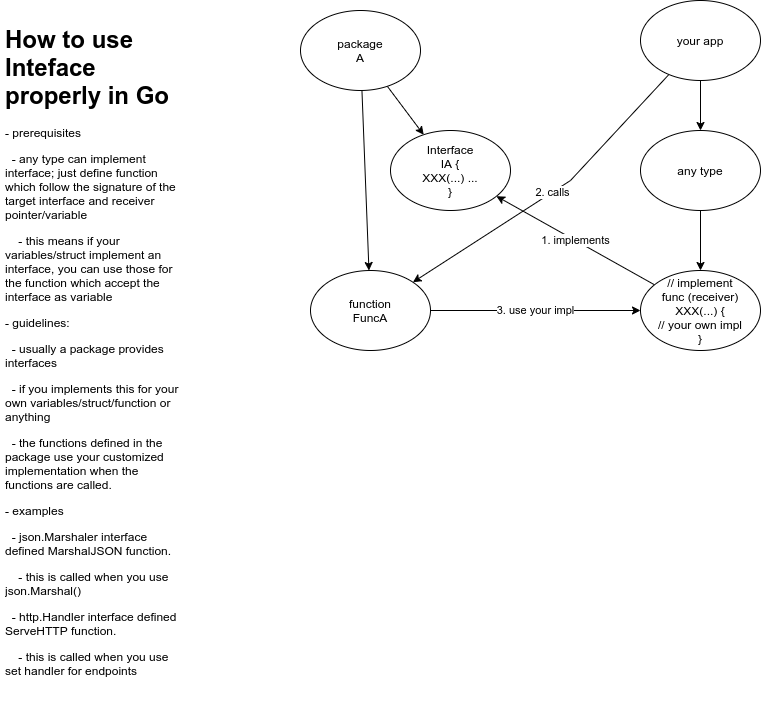
The draw.io diagram Interface_Overview.PNG in stsiwo/go_concepts, before a commit. Source tidied: cells renumbered, new cells last; positions are measured from the earlier drawing's top-left corner, leaving out a move shared by most shapes.
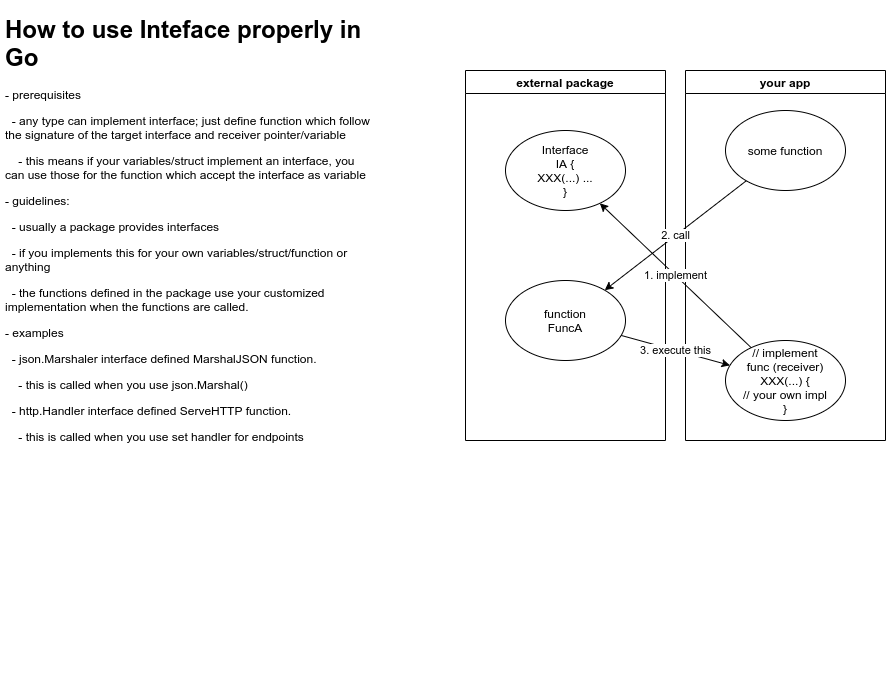
Above is the later version.

What changed in the source:
```diff
@@ -3,50 +3,34 @@
     <mxCell id="0" />
     <mxCell id="1" parent="0" />
     <mxCell id="2" value="&lt;h1&gt;How to use Inteface properly in Go&lt;/h1&gt;&lt;p&gt;- prerequisites&lt;/p&gt;&lt;p&gt;&amp;nbsp; - any type can implement interface; just define function which follow the signature of the target interface and receiver pointer/variable&lt;/p&gt;&lt;p&gt;&amp;nbsp; &amp;nbsp; - this means if your variables/struct implement an interface, you can use those for the function which accept the interface as variable&lt;/p&gt;&lt;p&gt;- guidelines:&lt;/p&gt;&lt;p&gt;&amp;nbsp; - usually a package provides interfaces&lt;/p&gt;&lt;p&gt;&amp;nbsp; - if you implements this for your own variables/struct/function or anything&lt;/p&gt;&lt;p&gt;&amp;nbsp; - the functions defined in the package use your customized implementation when the functions are called.&lt;/p&gt;&lt;p&gt;- examples&lt;/p&gt;&lt;p&gt;&amp;nbsp; - json.Marshaler interface defined MarshalJSON function.&amp;nbsp;&lt;/p&gt;&lt;p&gt;&amp;nbsp; &amp;nbsp; - this is called when you use json.Marshal()&lt;/p&gt;&lt;p&gt;&amp;nbsp; - http.Handler interface defined ServeHTTP function.&lt;/p&gt;&lt;p&gt;&amp;nbsp; &amp;nbsp; - this is called when you use set handler for endpoints&lt;/p&gt;&lt;p&gt;&lt;br&gt;&lt;/p&gt;&lt;p&gt;&lt;br&gt;&lt;/p&gt;" style="text;html=1;strokeColor=none;fillColor=none;spacing=5;spacingTop=-20;whiteSpace=wrap;overflow=hidden;rounded=0;" parent="1" vertex="1">
-      <mxGeometry y="20" width="190" height="680" as="geometry" />
+      <mxGeometry x="-190" y="20" width="380" height="680" as="geometry" />
     </mxCell>
-    <mxCell id="3" style="rounded=0;jettySize=auto;html=1;" parent="1" edge="1" source="5" target="8">
-      <mxGeometry relative="1" as="geometry" />
-    </mxCell>
-    <mxCell id="4" style="edgeStyle=none;rounded=0;jettySize=auto;html=1;" parent="1" edge="1" source="5" target="7">
-      <mxGeometry relative="1" as="geometry" />
-    </mxCell>
-    <mxCell id="5" value="package&lt;br&gt;A" style="ellipse;whiteSpace=wrap;html=1;" parent="1" vertex="1">
-      <mxGeometry x="300" y="10" width="120" height="80" as="geometry" />
-    </mxCell>
-    <mxCell id="6" value="3. use your impl" style="edgeStyle=none;rounded=0;jettySize=auto;html=1;entryX=0;entryY=0.5;entryDx=0;entryDy=0;" parent="1" edge="1" source="7" target="15">
-      <mxGeometry relative="1" as="geometry" />
-    </mxCell>
+    <mxCell id="16" value="external package" style="swimlane;" parent="1" vertex="1">
+      <mxGeometry x="275" y="80" width="200" height="370" as="geometry" />
+    </mxCell>
-    <mxCell id="7" value="function&lt;br&gt;FuncA" style="ellipse;whiteSpace=wrap;html=1;" parent="1" vertex="1">
-      <mxGeometry x="310" y="270" width="120" height="80" as="geometry" />
+    <mxCell id="7" value="function&lt;br&gt;FuncA" style="ellipse;whiteSpace=wrap;html=1;" parent="16" vertex="1">
+      <mxGeometry x="40" y="210" width="120" height="80" as="geometry" />
     </mxCell>
-    <mxCell id="8" value="Interface&lt;br&gt;IA {&lt;br&gt;XXX(...) ...&lt;br&gt;}" style="ellipse;whiteSpace=wrap;html=1;" parent="1" vertex="1">
-      <mxGeometry x="390" y="130" width="120" height="80" as="geometry" />
+    <mxCell id="8" value="Interface&lt;br&gt;IA {&lt;br&gt;XXX(...) ...&lt;br&gt;}" style="ellipse;whiteSpace=wrap;html=1;" parent="16" vertex="1">
+      <mxGeometry x="40" y="60" width="120" height="80" as="geometry" />
     </mxCell>
-    <mxCell id="9" style="edgeStyle=none;rounded=0;jettySize=auto;html=1;" parent="1" edge="1" source="11" target="14">
-      <mxGeometry relative="1" as="geometry" />
-    </mxCell>
-    <mxCell id="10" value="2. calls" style="edgeStyle=none;rounded=0;jettySize=auto;html=1;entryX=1;entryY=0;entryDx=0;entryDy=0;" parent="1" edge="1" source="11" target="7">
-      <mxGeometry relative="1" as="geometry">
-        <Array as="points">
-          <mxPoint x="570" y="180" />
-        </Array>
-      </mxGeometry>
-    </mxCell>
-    <mxCell id="11" value="your app" style="ellipse;whiteSpace=wrap;html=1;" parent="1" vertex="1">
-      <mxGeometry x="640" width="120" height="80" as="geometry" />
+    <mxCell id="11" value="your app" style="swimlane;" parent="1" vertex="1">
+      <mxGeometry x="495" y="80" width="200" height="370" as="geometry" />
     </mxCell>
+    <mxCell id="15" value="// implement&lt;br&gt;func (receiver) XXX(...) {&lt;br&gt;// your own impl&lt;br&gt;}" style="ellipse;whiteSpace=wrap;html=1;" parent="11" vertex="1">
+      <mxGeometry x="40" y="270" width="120" height="80" as="geometry" />
+    </mxCell>
+    <mxCell id="17" value="some function" style="ellipse;whiteSpace=wrap;html=1;" parent="11" vertex="1">
+      <mxGeometry x="40" y="40" width="120" height="80" as="geometry" />
+    </mxCell>
-    <mxCell id="12" value="1. implements" style="edgeStyle=none;rounded=0;jettySize=auto;html=1;" parent="1" edge="1" source="15" target="8">
+    <mxCell id="12" value="1. implement" style="rounded=0;jettySize=auto;html=1;" parent="1" edge="1" source="15" target="8">
       <mxGeometry relative="1" as="geometry" />
     </mxCell>
-    <mxCell id="13" style="edgeStyle=none;rounded=0;jettySize=auto;html=1;" parent="1" edge="1" source="14" target="15">
-      <mxGeometry relative="1" as="geometry" />
-    </mxCell>
-    <mxCell id="14" value="any type" style="ellipse;whiteSpace=wrap;html=1;" parent="1" vertex="1">
-      <mxGeometry x="640" y="130" width="120" height="80" as="geometry" />
-    </mxCell>
-    <mxCell id="15" value="// implement&lt;br&gt;func (receiver) XXX(...) {&lt;br&gt;// your own impl&lt;br&gt;}" style="ellipse;whiteSpace=wrap;html=1;" parent="1" vertex="1">
-      <mxGeometry x="640" y="270" width="120" height="80" as="geometry" />
-    </mxCell>
+    <mxCell id="18" value="2. call" style="edgeStyle=none;rounded=0;jettySize=auto;html=1;" parent="1" edge="1" source="17" target="7">
+      <mxGeometry relative="1" as="geometry" />
+    </mxCell>
+    <mxCell id="6" value="3. execute this" style="edgeStyle=none;rounded=0;jettySize=auto;html=1;" parent="1" edge="1" source="7" target="15">
+      <mxGeometry relative="1" as="geometry" />
+    </mxCell>
   </root>
 </mxGraphModel>
```
